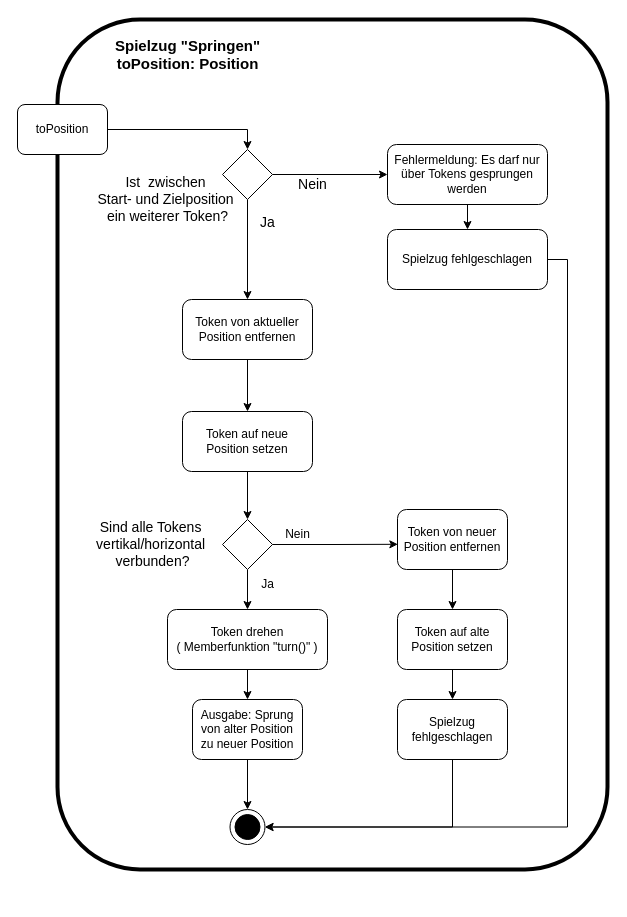
Before: token_jump.drawio in schaefereric/uml-stash, a draw.io diagram. Source tidied: cells renumbered, new cells numbered last; positions are measured from the earlier drawing's top-left corner, leaving out a move shared by most shapes. Both pictures are drawn from the tidied source at 100%, with x=0, y=0 at pixel (17, 19).
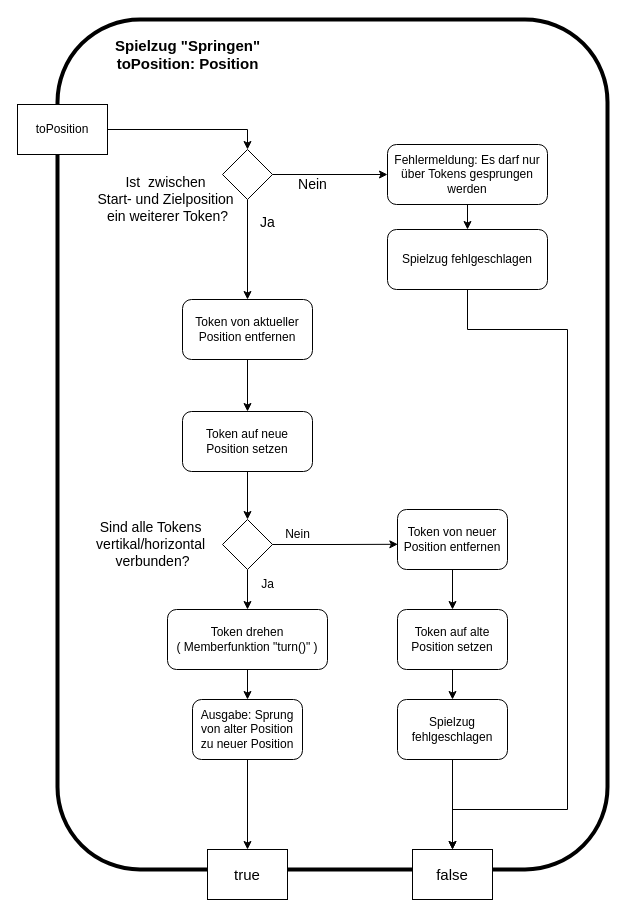
The same page after the edit.

Commit message:
token_jump.drawio return values +++

The change refers to these unchanged cells:
```xml
<mxCell id="15" value="Spielzug fehlgeschlagen" style="rounded=1;whiteSpace=wrap;html=1;" parent="1" vertex="1">
  <mxGeometry x="380" y="680" width="110" height="60" as="geometry" />
</mxCell>
<mxCell id="17" value="Ausgabe: Sprung von alter Position zu neuer Position" style="rounded=1;whiteSpace=wrap;html=1;" parent="1" vertex="1">
  <mxGeometry x="175" y="680" width="110" height="60" as="geometry" />
</mxCell>
<mxCell id="35" value="Spielzug fehlgeschlagen" style="rounded=1;whiteSpace=wrap;html=1;" parent="1" vertex="1">
  <mxGeometry x="370" y="210" width="160" height="60" as="geometry" />
</mxCell>
```

Change to the diagram source:
```diff
@@
-    <mxCell id="14" style="edgeStyle=orthogonalEdgeStyle;rounded=0;jettySize=auto;html=1;exitX=0.5;exitY=1;exitDx=0;exitDy=0;entryX=1;entryY=0.5;entryDx=0;entryDy=0;" parent="1" edge="1" source="15" target="21">
-      <mxGeometry relative="1" as="geometry" />
-    </mxCell>
+    <mxCell id="38" style="edgeStyle=orthogonalEdgeStyle;rounded=0;jettySize=auto;html=1;exitX=0.5;exitY=1;exitDx=0;exitDy=0;entryX=0.5;entryY=0;entryDx=0;entryDy=0;" parent="1" edge="1" source="15" target="42">
+      <mxGeometry relative="1" as="geometry" />
+    </mxCell>
@@
-    <mxCell id="16" style="edgeStyle=orthogonalEdgeStyle;rounded=0;jettySize=auto;html=1;exitX=0.5;exitY=1;exitDx=0;exitDy=0;entryX=0.5;entryY=0;entryDx=0;entryDy=0;" parent="1" edge="1" source="17" target="21">
-      <mxGeometry relative="1" as="geometry" />
-    </mxCell>
+    <mxCell id="39" style="edgeStyle=orthogonalEdgeStyle;rounded=0;jettySize=auto;html=1;exitX=0.5;exitY=1;exitDx=0;exitDy=0;entryX=0.5;entryY=0;entryDx=0;entryDy=0;" parent="1" edge="1" source="17" target="41">
+      <mxGeometry relative="1" as="geometry" />
+    </mxCell>
@@
-    <mxCell id="21" style="ellipse;whiteSpace=wrap;html=1;" parent="1" vertex="1">
-      <mxGeometry x="212.5" y="790" width="35" height="35" as="geometry" />
-    </mxCell>
-    <mxCell id="22" style="ellipse;whiteSpace=wrap;html=1;fillColor=#000000;" parent="1" vertex="1">
-      <mxGeometry x="217.5" y="795" width="25" height="25" as="geometry" />
-    </mxCell>
@@
-    <mxCell id="24" value="&lt;div&gt;toPosition&lt;/div&gt;" style="rounded=1;whiteSpace=wrap;html=1;" parent="1" vertex="1">
+    <mxCell id="24" value="&lt;div&gt;toPosition&lt;/div&gt;" style="rounded=0;whiteSpace=wrap;html=1;" parent="1" vertex="1">
       <mxGeometry y="85" width="90" height="50" as="geometry" />
     </mxCell>
@@
-    <mxCell id="34" style="edgeStyle=orthogonalEdgeStyle;rounded=0;jettySize=auto;html=1;exitX=1;exitY=0.5;exitDx=0;exitDy=0;entryX=1;entryY=0.5;entryDx=0;entryDy=0;" parent="1" edge="1" source="35" target="21">
-      <mxGeometry relative="1" as="geometry" />
-    </mxCell>
+    <mxCell id="40" style="edgeStyle=orthogonalEdgeStyle;rounded=0;jettySize=auto;html=1;exitX=0.5;exitY=1;exitDx=0;exitDy=0;entryX=0.5;entryY=0;entryDx=0;entryDy=0;" parent="1" edge="1" source="35" target="42">
+      <mxGeometry relative="1" as="geometry">
+        <Array as="points">
+          <mxPoint x="450" y="310" />
+          <mxPoint x="550" y="310" />
+          <mxPoint x="550" y="790" />
+          <mxPoint x="435" y="790" />
+        </Array>
+      </mxGeometry>
+    </mxCell>
@@
+    <mxCell id="41" value="&lt;font style=&quot;font-size: 15px;&quot;&gt;true&lt;/font&gt;" style="rounded=0;whiteSpace=wrap;html=1;" parent="1" vertex="1">
+      <mxGeometry x="190" y="830" width="80" height="50" as="geometry" />
+    </mxCell>
+    <mxCell id="42" value="&lt;font style=&quot;font-size: 15px;&quot;&gt;false&lt;/font&gt;" style="rounded=0;whiteSpace=wrap;html=1;" parent="1" vertex="1">
+      <mxGeometry x="395" y="830" width="80" height="50" as="geometry" />
+    </mxCell>
```
